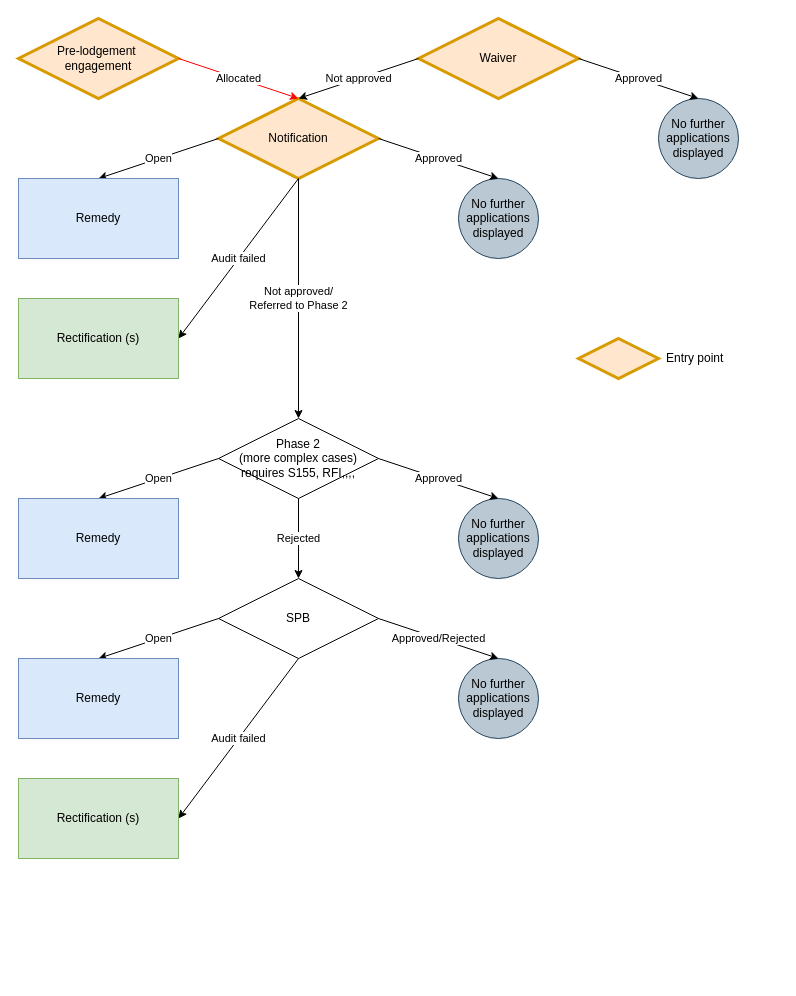
Above: page "Form flow" (4 of 13) of Merger.drawio in danieldotskc/helloworld (draw.io), before the change. Source tidied: cells renumbered, new cells numbered last; positions are measured from the earlier drawing's top-left corner, leaving out a move shared by most shapes. Both pictures are drawn from the tidied source at 100%, with x=0, y=0 at pixel (18, 18).
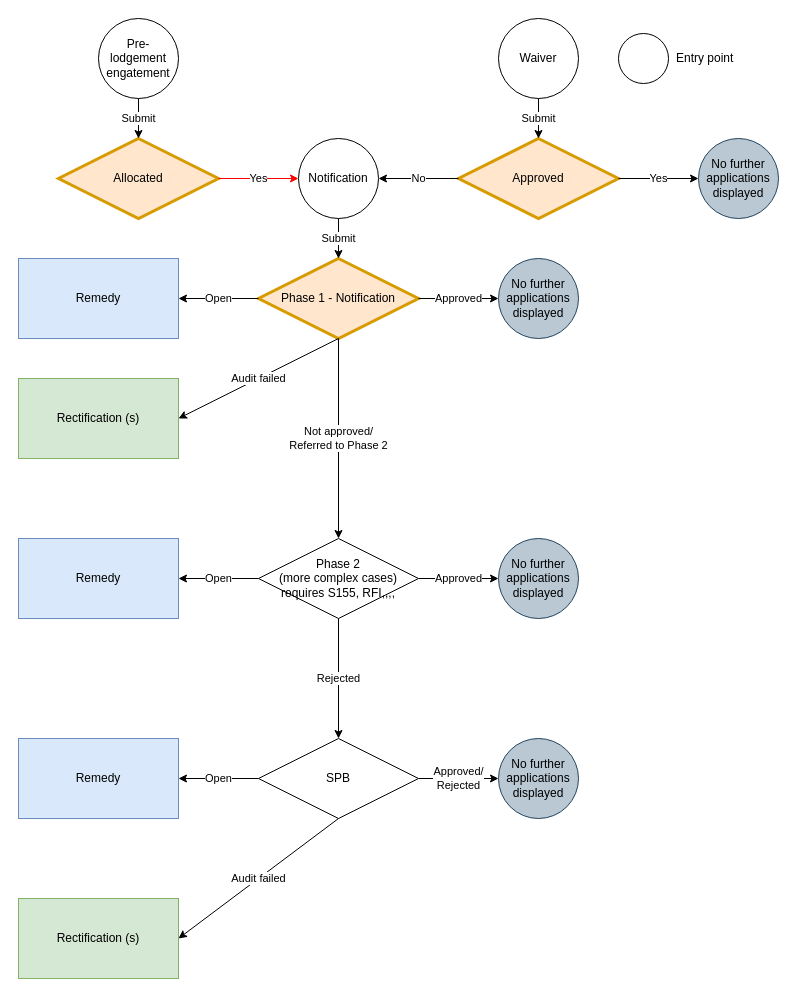
Above is the later version.

The edit, as a diff of the source:
```diff
@@
-    <mxCell id="2" value="Notification" style="rhombus;whiteSpace=wrap;html=1;strokeWidth=3;fillColor=#ffe6cc;strokeColor=#d79b00;" parent="1" vertex="1">
-      <mxGeometry x="200" y="80" width="160" height="80" as="geometry" />
+    <mxCell id="2" value="Phase 1 - Notification" style="rhombus;whiteSpace=wrap;html=1;strokeWidth=3;fillColor=#ffe6cc;strokeColor=#d79b00;" parent="1" vertex="1">
+      <mxGeometry x="240" y="240" width="160" height="80" as="geometry" />
     </mxCell>
-    <mxCell id="3" value="Waiver" style="rhombus;whiteSpace=wrap;html=1;strokeWidth=3;fillColor=#ffe6cc;strokeColor=#d79b00;" parent="1" vertex="1">
-      <mxGeometry x="400" width="160" height="80" as="geometry" />
+    <mxCell id="3" value="Approved" style="rhombus;whiteSpace=wrap;html=1;strokeWidth=3;fillColor=#ffe6cc;strokeColor=#d79b00;" parent="1" vertex="1">
+      <mxGeometry x="440" y="120" width="160" height="80" as="geometry" />
     </mxCell>
-    <mxCell id="4" value="Not approved" style="endArrow=classic;html=1;rounded=0;exitX=0;exitY=0.5;exitDx=0;exitDy=0;entryX=0.5;entryY=0;entryDx=0;entryDy=0;" parent="1" edge="1" source="3" target="2">
+    <mxCell id="4" value="No" style="endArrow=classic;html=1;rounded=0;exitX=0;exitY=0.5;exitDx=0;exitDy=0;entryX=1;entryY=0.5;entryDx=0;entryDy=0;" parent="1" edge="1" source="3" target="32">
       <mxGeometry relative="1" as="geometry" />
     </mxCell>
     <mxCell id="5" value="No further applications displayed" style="ellipse;whiteSpace=wrap;html=1;fillColor=#bac8d3;strokeColor=#23445d;" parent="1" vertex="1">
-      <mxGeometry x="640" y="80" width="80" height="80" as="geometry" />
+      <mxGeometry x="680" y="120" width="80" height="80" as="geometry" />
     </mxCell>
-    <mxCell id="6" value="Approved" style="endArrow=classic;html=1;rounded=0;exitX=1;exitY=0.5;exitDx=0;exitDy=0;entryX=0.5;entryY=0;entryDx=0;entryDy=0;" parent="1" edge="1" source="3" target="5">
+    <mxCell id="6" value="Yes" style="endArrow=classic;html=1;rounded=0;exitX=1;exitY=0.5;exitDx=0;exitDy=0;entryX=0;entryY=0.5;entryDx=0;entryDy=0;" parent="1" edge="1" source="3" target="5">
       <mxGeometry relative="1" as="geometry" />
     </mxCell>
-    <mxCell id="7" value="Pre-lodgement&amp;nbsp;&lt;div&gt;engagement&lt;/div&gt;" style="rhombus;whiteSpace=wrap;html=1;strokeWidth=3;fillColor=#ffe6cc;strokeColor=#d79b00;" parent="1" vertex="1">
-      <mxGeometry width="160" height="80" as="geometry" />
+    <mxCell id="7" value="Allocated" style="rhombus;whiteSpace=wrap;html=1;strokeWidth=3;fillColor=#ffe6cc;strokeColor=#d79b00;" parent="1" vertex="1">
+      <mxGeometry x="40" y="120" width="160" height="80" as="geometry" />
     </mxCell>
-    <mxCell id="8" value="Allocated" style="endArrow=classic;html=1;rounded=0;exitX=1;exitY=0.5;exitDx=0;exitDy=0;entryX=0.5;entryY=0;entryDx=0;entryDy=0;strokeColor=#FF0000;" parent="1" edge="1" source="7" target="2">
+    <mxCell id="8" value="Yes" style="endArrow=classic;html=1;rounded=0;exitX=1;exitY=0.5;exitDx=0;exitDy=0;entryX=0;entryY=0.5;entryDx=0;entryDy=0;strokeColor=#FF0000;" parent="1" edge="1" source="7" target="32">
       <mxGeometry relative="1" as="geometry" />
     </mxCell>
     <mxCell id="9" value="No further applications displayed" style="ellipse;whiteSpace=wrap;html=1;fillColor=#bac8d3;strokeColor=#23445d;" parent="1" vertex="1">
-      <mxGeometry x="440" y="160" width="80" height="80" as="geometry" />
+      <mxGeometry x="480" y="240" width="80" height="80" as="geometry" />
     </mxCell>
-    <mxCell id="10" value="Approved" style="endArrow=classic;html=1;rounded=0;exitX=1;exitY=0.5;exitDx=0;exitDy=0;entryX=0.5;entryY=0;entryDx=0;entryDy=0;" parent="1" edge="1" source="2" target="9">
-      <mxGeometry relative="1" as="geometry" />
+    <mxCell id="10" value="Approved" style="endArrow=classic;html=1;rounded=0;exitX=1;exitY=0.5;exitDx=0;exitDy=0;entryX=0;entryY=0.5;entryDx=0;entryDy=0;" parent="1" edge="1" source="2" target="9">
+      <mxGeometry x="-0.01" relative="1" as="geometry" />
     </mxCell>
-    <mxCell id="11" value="Open" style="endArrow=classic;html=1;rounded=0;exitX=0;exitY=0.5;exitDx=0;exitDy=0;entryX=0.5;entryY=0;entryDx=0;entryDy=0;" parent="1" edge="1" source="2" target="24">
+    <mxCell id="11" value="Open" style="endArrow=classic;html=1;rounded=0;exitX=0;exitY=0.5;exitDx=0;exitDy=0;entryX=1;entryY=0.5;entryDx=0;entryDy=0;" parent="1" edge="1" source="2" target="24">
       <mxGeometry relative="1" as="geometry" />
     </mxCell>
@@
     <mxCell id="13" value="Phase 2&lt;div&gt;(more complex cases)&lt;/div&gt;&lt;div&gt;requires S155, RFI,,,,&lt;/div&gt;" style="rhombus;whiteSpace=wrap;html=1;" parent="1" vertex="1">
-      <mxGeometry x="200" y="400" width="160" height="80" as="geometry" />
+      <mxGeometry x="240" y="520" width="160" height="80" as="geometry" />
     </mxCell>
@@
     <mxCell id="15" value="No further applications displayed" style="ellipse;whiteSpace=wrap;html=1;fillColor=#bac8d3;strokeColor=#23445d;" parent="1" vertex="1">
-      <mxGeometry x="440" y="480" width="80" height="80" as="geometry" />
+      <mxGeometry x="480" y="520" width="80" height="80" as="geometry" />
     </mxCell>
-    <mxCell id="16" value="Approved" style="endArrow=classic;html=1;rounded=0;exitX=1;exitY=0.5;exitDx=0;exitDy=0;entryX=0.5;entryY=0;entryDx=0;entryDy=0;" parent="1" edge="1" source="13" target="15">
+    <mxCell id="16" value="Approved" style="endArrow=classic;html=1;rounded=0;exitX=1;exitY=0.5;exitDx=0;exitDy=0;" parent="1" edge="1" source="13" target="15">
       <mxGeometry relative="1" as="geometry" />
     </mxCell>
-    <mxCell id="17" value="Open" style="endArrow=classic;html=1;rounded=0;exitX=0;exitY=0.5;exitDx=0;exitDy=0;entryX=0.5;entryY=0;entryDx=0;entryDy=0;" parent="1" edge="1" source="13" target="25">
+    <mxCell id="17" value="Open" style="endArrow=classic;html=1;rounded=0;exitX=0;exitY=0.5;exitDx=0;exitDy=0;" parent="1" edge="1" source="13" target="25">
       <mxGeometry relative="1" as="geometry" />
     </mxCell>
     <mxCell id="18" value="SPB" style="rhombus;whiteSpace=wrap;html=1;" parent="1" vertex="1">
-      <mxGeometry x="200" y="560" width="160" height="80" as="geometry" />
+      <mxGeometry x="240" y="720" width="160" height="80" as="geometry" />
     </mxCell>
@@
-    <mxCell id="20" value="Open" style="endArrow=classic;html=1;rounded=0;exitX=0;exitY=0.5;exitDx=0;exitDy=0;entryX=0.5;entryY=0;entryDx=0;entryDy=0;" parent="1" edge="1" source="18" target="26">
+    <mxCell id="20" value="Open" style="endArrow=classic;html=1;rounded=0;exitX=0;exitY=0.5;exitDx=0;exitDy=0;" parent="1" edge="1" source="18" target="26">
       <mxGeometry relative="1" as="geometry" />
     </mxCell>
     <mxCell id="21" value="No further applications displayed" style="ellipse;whiteSpace=wrap;html=1;fillColor=#bac8d3;strokeColor=#23445d;" parent="1" vertex="1">
-      <mxGeometry x="440" y="640" width="80" height="80" as="geometry" />
+      <mxGeometry x="480" y="720" width="80" height="80" as="geometry" />
     </mxCell>
-    <mxCell id="22" value="Approved/Rejected" style="endArrow=classic;html=1;rounded=0;exitX=1;exitY=0.5;exitDx=0;exitDy=0;entryX=0.5;entryY=0;entryDx=0;entryDy=0;" parent="1" edge="1" source="18" target="21">
+    <mxCell id="22" value="Approved/&lt;div&gt;Rejected&lt;/div&gt;" style="endArrow=classic;html=1;rounded=0;exitX=1;exitY=0.5;exitDx=0;exitDy=0;" parent="1" edge="1" source="18" target="21">
       <mxGeometry relative="1" as="geometry" />
     </mxCell>
@@
     <mxCell id="24" value="Remedy" style="rounded=0;whiteSpace=wrap;html=1;fillColor=#dae8fc;strokeColor=#6c8ebf;" parent="1" vertex="1">
-      <mxGeometry y="160" width="160" height="80" as="geometry" />
+      <mxGeometry y="240" width="160" height="80" as="geometry" />
     </mxCell>
     <mxCell id="25" value="Remedy" style="rounded=0;whiteSpace=wrap;html=1;fillColor=#dae8fc;strokeColor=#6c8ebf;" parent="1" vertex="1">
-      <mxGeometry y="480" width="160" height="80" as="geometry" />
+      <mxGeometry y="520" width="160" height="80" as="geometry" />
     </mxCell>
     <mxCell id="26" value="Remedy" style="rounded=0;whiteSpace=wrap;html=1;fillColor=#dae8fc;strokeColor=#6c8ebf;" parent="1" vertex="1">
-      <mxGeometry y="640" width="160" height="80" as="geometry" />
+      <mxGeometry y="720" width="160" height="80" as="geometry" />
     </mxCell>
     <mxCell id="27" value="Rectification (s)" style="rounded=0;whiteSpace=wrap;html=1;fillColor=#d5e8d4;strokeColor=#82b366;" parent="1" vertex="1">
-      <mxGeometry y="280" width="160" height="80" as="geometry" />
+      <mxGeometry y="360" width="160" height="80" as="geometry" />
     </mxCell>
     <mxCell id="28" value="Rectification (s)" style="rounded=0;whiteSpace=wrap;html=1;fillColor=#d5e8d4;strokeColor=#82b366;" parent="1" vertex="1">
-      <mxGeometry y="760" width="160" height="80" as="geometry" />
+      <mxGeometry y="880" width="160" height="80" as="geometry" />
     </mxCell>
-    <mxCell id="29" style="rhombus;whiteSpace=wrap;html=1;strokeWidth=3;fillColor=#ffe6cc;strokeColor=#d79b00;" parent="1" vertex="1">
-      <mxGeometry x="560" y="320" width="80" height="40" as="geometry" />
-    </mxCell>
     <mxCell id="30" value="Entry point" style="text;html=1;align=left;verticalAlign=middle;whiteSpace=wrap;rounded=0;" parent="1" vertex="1">
-      <mxGeometry x="646" y="325" width="70" height="30" as="geometry" />
+      <mxGeometry x="656" y="25" width="70" height="30" as="geometry" />
     </mxCell>
+    <mxCell id="31" value="Pre-lodgement engatement" style="ellipse;whiteSpace=wrap;html=1;" parent="1" vertex="1">
+      <mxGeometry x="80" width="80" height="80" as="geometry" />
+    </mxCell>
+    <mxCell id="32" value="Notification" style="ellipse;whiteSpace=wrap;html=1;" parent="1" vertex="1">
+      <mxGeometry x="280" y="120" width="80" height="80" as="geometry" />
+    </mxCell>
+    <mxCell id="33" value="Waiver" style="ellipse;whiteSpace=wrap;html=1;" parent="1" vertex="1">
+      <mxGeometry x="480" width="80" height="80" as="geometry" />
+    </mxCell>
+    <mxCell id="34" value="Submit" style="endArrow=classic;html=1;rounded=0;exitX=0.5;exitY=1;exitDx=0;exitDy=0;entryX=0.5;entryY=0;entryDx=0;entryDy=0;" parent="1" edge="1" source="31" target="7">
+      <mxGeometry relative="1" as="geometry" />
+    </mxCell>
+    <mxCell id="35" value="Submit" style="endArrow=classic;html=1;rounded=0;exitX=0.5;exitY=1;exitDx=0;exitDy=0;entryX=0.5;entryY=0;entryDx=0;entryDy=0;" parent="1" edge="1" source="32" target="2">
+      <mxGeometry relative="1" as="geometry" />
+    </mxCell>
+    <mxCell id="36" value="Submit" style="endArrow=classic;html=1;rounded=0;exitX=0.5;exitY=1;exitDx=0;exitDy=0;entryX=0.5;entryY=0;entryDx=0;entryDy=0;" parent="1" edge="1" source="33" target="3">
+      <mxGeometry relative="1" as="geometry" />
+    </mxCell>
+    <mxCell id="37" style="ellipse;whiteSpace=wrap;html=1;" parent="1" vertex="1">
+      <mxGeometry x="600" y="15" width="50" height="50" as="geometry" />
+    </mxCell>
```
